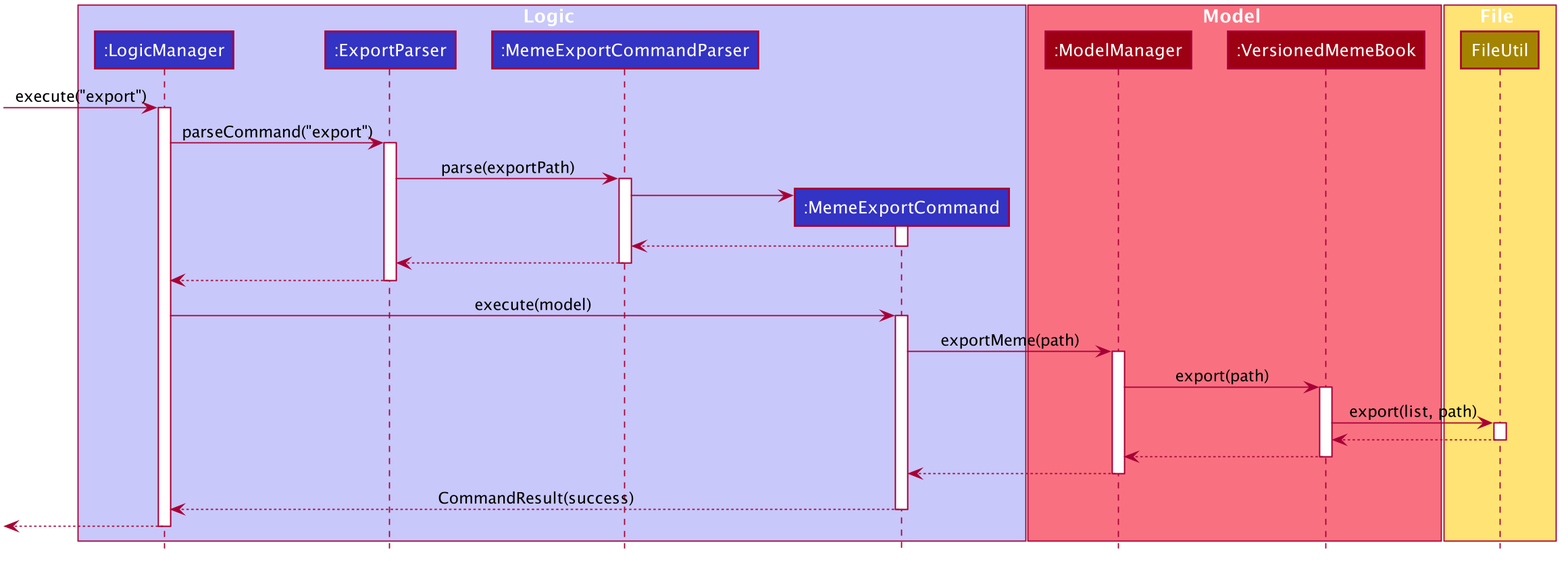
Above: docs/images/ExportSequenceDiagram.png in nus-cs2103-AY1920S1/addressbook-level3 (PlantUML), before the change.
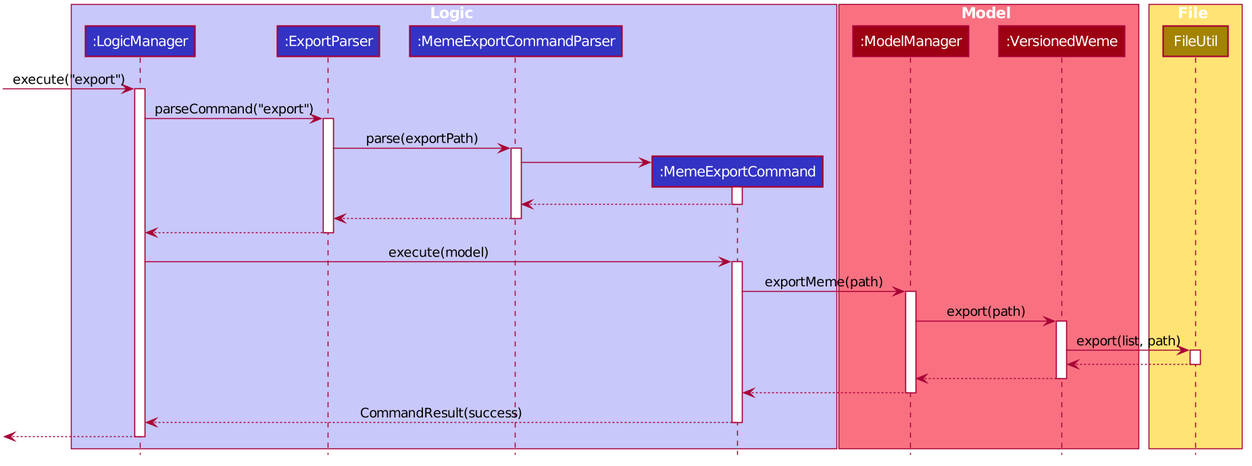
Later version of the same file.

The edit, as a diff of the source:
```diff
@@ -57,7 +57,7 @@
 
 box Model #F97181
 participant ":ModelManager" as ModelManager  #9D0012
-participant ":VersionedMemeBook" as MemeBook #9D0012
+participant ":VersionedWeme" as Weme #9D0012
 end box
 
 box File #FFE374
@@ -87,14 +87,14 @@
 activate MemeExportCommand
 MemeExportCommand -> ModelManager : exportMeme(path)
 activate ModelManager
-ModelManager -> MemeBook : export(path)
-activate MemeBook
-MemeBook -> FileUtil : export(list, path)
+ModelManager -> Weme : export(path)
+activate Weme
+Weme -> FileUtil : export(list, path)
 activate FileUtil
-FileUtil --> MemeBook
+FileUtil --> Weme
 deactivate FileUtil
-MemeBook --> ModelManager
-deactivate MemeBook
+Weme --> ModelManager
+deactivate Weme
 ModelManager --> MemeExportCommand
 deactivate ModelManager
 MemeExportCommand --> LogicManager : CommandResult(success)
```
